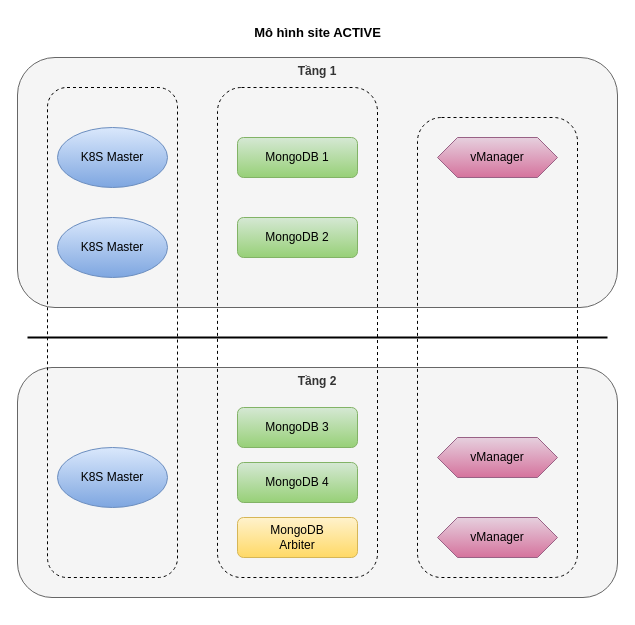
This is page "Trang-1" (1 of 4) of trien khai mano ocs 100M.drawio from hiep1097/drawio, a draw.io file, before an edit. Source tidied: cells renumbered, new cells numbered last; positions are measured from the earlier drawing's top-left corner, leaving out a move shared by most shapes. Both pictures are drawn from the tidied source at 100%, with x=0, y=0 at pixel (17, 17).
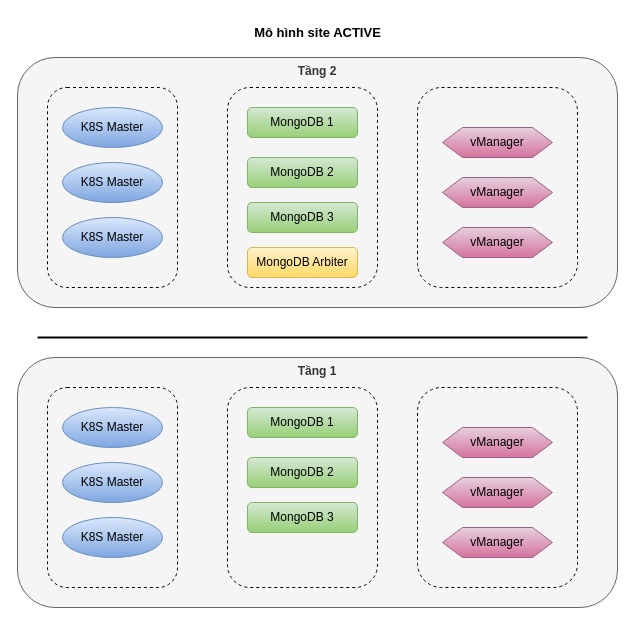
The same diagram, later.

Change to the diagram source:
```diff
@@
-    <mxCell id="2" value="Tầng 2" style="rounded=1;whiteSpace=wrap;html=1;verticalAlign=top;fontStyle=1;fillColor=#f5f5f5;fontColor=#333333;strokeColor=#666666;" parent="1" vertex="1">
-      <mxGeometry y="350" width="600" height="230" as="geometry" />
-    </mxCell>
-    <mxCell id="3" value="Tầng 1" style="rounded=1;whiteSpace=wrap;html=1;verticalAlign=top;fontStyle=1;fillColor=#f5f5f5;fontColor=#333333;strokeColor=#666666;" parent="1" vertex="1">
+    <mxCell id="3" value="Tầng 2" style="rounded=1;whiteSpace=wrap;html=1;verticalAlign=top;fontStyle=1;fillColor=#f5f5f5;fontColor=#333333;strokeColor=#666666;" parent="1" vertex="1">
       <mxGeometry y="40" width="600" height="250" as="geometry" />
     </mxCell>
     <mxCell id="4" style="rounded=1;whiteSpace=wrap;html=1;fontColor=default;labelBackgroundColor=none;fillColor=none;dashed=1;" parent="1" vertex="1">
-      <mxGeometry x="30" y="70" width="130" height="490" as="geometry" />
+      <mxGeometry x="30" y="70" width="130" height="200" as="geometry" />
     </mxCell>
     <mxCell id="5" style="rounded=1;whiteSpace=wrap;html=1;fontColor=default;labelBackgroundColor=none;fillColor=none;dashed=1;" parent="1" vertex="1">
-      <mxGeometry x="400" y="100" width="160" height="460" as="geometry" />
+      <mxGeometry x="400" y="70" width="160" height="200" as="geometry" />
     </mxCell>
     <mxCell id="6" style="rounded=1;whiteSpace=wrap;html=1;fontColor=default;labelBackgroundColor=none;fillColor=none;dashed=1;" parent="1" vertex="1">
-      <mxGeometry x="200" y="70" width="160" height="490" as="geometry" />
+      <mxGeometry x="210" y="70" width="150" height="200" as="geometry" />
     </mxCell>
-    <mxCell id="7" style="endArrow=none;html=1;strokeWidth=2;rounded=0;" parent="1" edge="1">
-      <mxGeometry relative="1" as="geometry">
-        <mxPoint x="10" y="320" as="sourcePoint" />
-        <mxPoint x="590" y="320" as="targetPoint" />
-      </mxGeometry>
-    </mxCell>
     <mxCell id="8" value="K8S Master" style="ellipse;whiteSpace=wrap;html=1;fillColor=#dae8fc;strokeColor=#6c8ebf;gradientColor=#7ea6e0;" parent="1" vertex="1">
-      <mxGeometry x="40" y="110" width="110" height="60" as="geometry" />
+      <mxGeometry x="45" y="90" width="100" height="40" as="geometry" />
     </mxCell>
-    <mxCell id="9" value="K8S Master" style="ellipse;whiteSpace=wrap;html=1;fillColor=#dae8fc;strokeColor=#6c8ebf;gradientColor=#7ea6e0;" parent="1" vertex="1">
-      <mxGeometry x="40" y="200" width="110" height="60" as="geometry" />
-    </mxCell>
-    <mxCell id="10" value="K8S Master" style="ellipse;whiteSpace=wrap;html=1;fillColor=#dae8fc;strokeColor=#6c8ebf;gradientColor=#7ea6e0;" parent="1" vertex="1">
-      <mxGeometry x="40" y="430" width="110" height="60" as="geometry" />
-    </mxCell>
-    <mxCell id="11" value="MongoDB&lt;span style=&quot;background-color: initial;&quot;&gt;&amp;nbsp;3&lt;/span&gt;" style="rounded=1;whiteSpace=wrap;html=1;fillColor=#d5e8d4;strokeColor=#82b366;gradientColor=#97d077;" parent="1" vertex="1">
-      <mxGeometry x="220" y="390" width="120" height="40" as="geometry" />
-    </mxCell>
-    <mxCell id="12" value="MongoDB&lt;span style=&quot;background-color: initial;&quot;&gt;&amp;nbsp;4&lt;/span&gt;" style="rounded=1;whiteSpace=wrap;html=1;fillColor=#d5e8d4;strokeColor=#82b366;gradientColor=#97d077;" parent="1" vertex="1">
-      <mxGeometry x="220" y="445" width="120" height="40" as="geometry" />
-    </mxCell>
     <mxCell id="13" value="MongoDB&lt;span style=&quot;background-color: initial;&quot;&gt;&amp;nbsp;1&lt;/span&gt;" style="rounded=1;whiteSpace=wrap;html=1;fillColor=#d5e8d4;strokeColor=#82b366;gradientColor=#97d077;" parent="1" vertex="1">
-      <mxGeometry x="220" y="120" width="120" height="40" as="geometry" />
+      <mxGeometry x="230" y="90" width="110" height="30" as="geometry" />
     </mxCell>
-    <mxCell id="14" value="MongoDB&lt;span style=&quot;background-color: initial;&quot;&gt;&amp;nbsp;2&lt;/span&gt;" style="rounded=1;whiteSpace=wrap;html=1;fillColor=#d5e8d4;strokeColor=#82b366;gradientColor=#97d077;" parent="1" vertex="1">
-      <mxGeometry x="220" y="200" width="120" height="40" as="geometry" />
-    </mxCell>
+    <mxCell id="16" value="vManager" style="shape=hexagon;perimeter=hexagonPerimeter2;whiteSpace=wrap;html=1;fixedSize=1;fillColor=#e6d0de;strokeColor=#996185;gradientColor=#d5739d;" parent="1" vertex="1">
+      <mxGeometry x="425" y="110" width="110" height="30" as="geometry" />
+    </mxCell>
+    <mxCell id="19" value="Mô hình site ACTIVE" style="text;html=1;align=center;verticalAlign=middle;strokeColor=none;fillColor=none;fontFamily=Helvetica;fontSize=13;fontColor=default;labelBackgroundColor=default;fontStyle=1;" parent="1" vertex="1">
+      <mxGeometry x="230" width="140" height="30" as="geometry" />
+    </mxCell>
+    <mxCell id="20" value="K8S Master" style="ellipse;whiteSpace=wrap;html=1;fillColor=#dae8fc;strokeColor=#6c8ebf;gradientColor=#7ea6e0;" parent="1" vertex="1">
+      <mxGeometry x="45" y="145" width="100" height="40" as="geometry" />
+    </mxCell>
+    <mxCell id="21" value="K8S Master" style="ellipse;whiteSpace=wrap;html=1;fillColor=#dae8fc;strokeColor=#6c8ebf;gradientColor=#7ea6e0;" parent="1" vertex="1">
+      <mxGeometry x="45" y="200" width="100" height="40" as="geometry" />
+    </mxCell>
+    <mxCell id="22" value="MongoDB&lt;span style=&quot;background-color: initial;&quot;&gt;&amp;nbsp;2&lt;/span&gt;" style="rounded=1;whiteSpace=wrap;html=1;fillColor=#d5e8d4;strokeColor=#82b366;gradientColor=#97d077;" parent="1" vertex="1">
+      <mxGeometry x="230" y="140" width="110" height="30" as="geometry" />
+    </mxCell>
+    <mxCell id="23" value="MongoDB&lt;span style=&quot;background-color: initial;&quot;&gt;&amp;nbsp;3&lt;/span&gt;" style="rounded=1;whiteSpace=wrap;html=1;fillColor=#d5e8d4;strokeColor=#82b366;gradientColor=#97d077;" parent="1" vertex="1">
+      <mxGeometry x="230" y="185" width="110" height="30" as="geometry" />
+    </mxCell>
-    <mxCell id="15" value="MongoDB&lt;div&gt;Arbiter&lt;/div&gt;" style="rounded=1;whiteSpace=wrap;html=1;fillColor=#fff2cc;strokeColor=#d6b656;gradientColor=#ffd966;" parent="1" vertex="1">
-      <mxGeometry x="220" y="500" width="120" height="40" as="geometry" />
+    <mxCell id="15" value="MongoDB Arbiter" style="rounded=1;whiteSpace=wrap;html=1;fillColor=#fff2cc;strokeColor=#d6b656;gradientColor=#ffd966;" parent="1" vertex="1">
+      <mxGeometry x="230" y="230" width="110" height="30" as="geometry" />
     </mxCell>
-    <mxCell id="16" value="vManager" style="shape=hexagon;perimeter=hexagonPerimeter2;whiteSpace=wrap;html=1;fixedSize=1;fillColor=#e6d0de;strokeColor=#996185;gradientColor=#d5739d;" parent="1" vertex="1">
-      <mxGeometry x="420" y="120" width="120" height="40" as="geometry" />
-    </mxCell>
-    <mxCell id="17" value="vManager" style="shape=hexagon;perimeter=hexagonPerimeter2;whiteSpace=wrap;html=1;fixedSize=1;fillColor=#e6d0de;strokeColor=#996185;gradientColor=#d5739d;" parent="1" vertex="1">
-      <mxGeometry x="420" y="420" width="120" height="40" as="geometry" />
-    </mxCell>
-    <mxCell id="18" value="vManager" style="shape=hexagon;perimeter=hexagonPerimeter2;whiteSpace=wrap;html=1;fixedSize=1;fillColor=#e6d0de;strokeColor=#996185;gradientColor=#d5739d;" parent="1" vertex="1">
-      <mxGeometry x="420" y="500" width="120" height="40" as="geometry" />
-    </mxCell>
-    <mxCell id="19" value="Mô hình site ACTIVE" style="text;html=1;align=center;verticalAlign=middle;strokeColor=none;fillColor=none;fontFamily=Helvetica;fontSize=13;fontColor=default;labelBackgroundColor=default;fontStyle=1;" parent="1" vertex="1">
-      <mxGeometry x="230" width="140" height="30" as="geometry" />
-    </mxCell>
+    <mxCell id="24" style="edgeStyle=none;rounded=0;orthogonalLoop=1;jettySize=auto;html=1;exitX=0.5;exitY=1;exitDx=0;exitDy=0;dashed=1;dashPattern=1 3;strokeColor=default;strokeWidth=2;align=center;verticalAlign=middle;fontFamily=Helvetica;fontSize=11;fontColor=default;labelBackgroundColor=default;endArrow=none;" parent="1" edge="1" source="22" target="22">
+      <mxGeometry relative="1" as="geometry" />
+    </mxCell>
+    <mxCell id="25" value="vManager" style="shape=hexagon;perimeter=hexagonPerimeter2;whiteSpace=wrap;html=1;fixedSize=1;fillColor=#e6d0de;strokeColor=#996185;gradientColor=#d5739d;" parent="1" vertex="1">
+      <mxGeometry x="425" y="160" width="110" height="30" as="geometry" />
+    </mxCell>
+    <mxCell id="26" value="vManager" style="shape=hexagon;perimeter=hexagonPerimeter2;whiteSpace=wrap;html=1;fixedSize=1;fillColor=#e6d0de;strokeColor=#996185;gradientColor=#d5739d;" parent="1" vertex="1">
+      <mxGeometry x="425" y="210" width="110" height="30" as="geometry" />
+    </mxCell>
+    <mxCell id="27" value="Tầng 1" style="rounded=1;whiteSpace=wrap;html=1;verticalAlign=top;fontStyle=1;fillColor=#f5f5f5;fontColor=#333333;strokeColor=#666666;" parent="1" vertex="1">
+      <mxGeometry y="340" width="600" height="250" as="geometry" />
+    </mxCell>
+    <mxCell id="28" style="rounded=1;whiteSpace=wrap;html=1;fontColor=default;labelBackgroundColor=none;fillColor=none;dashed=1;" parent="1" vertex="1">
+      <mxGeometry x="30" y="370" width="130" height="200" as="geometry" />
+    </mxCell>
+    <mxCell id="29" style="rounded=1;whiteSpace=wrap;html=1;fontColor=default;labelBackgroundColor=none;fillColor=none;dashed=1;" parent="1" vertex="1">
+      <mxGeometry x="400" y="370" width="160" height="200" as="geometry" />
+    </mxCell>
+    <mxCell id="30" style="rounded=1;whiteSpace=wrap;html=1;fontColor=default;labelBackgroundColor=none;fillColor=none;dashed=1;" parent="1" vertex="1">
+      <mxGeometry x="210" y="370" width="150" height="200" as="geometry" />
+    </mxCell>
+    <mxCell id="31" value="K8S Master" style="ellipse;whiteSpace=wrap;html=1;fillColor=#dae8fc;strokeColor=#6c8ebf;gradientColor=#7ea6e0;" parent="1" vertex="1">
+      <mxGeometry x="45" y="390" width="100" height="40" as="geometry" />
+    </mxCell>
+    <mxCell id="32" value="MongoDB&lt;span style=&quot;background-color: initial;&quot;&gt;&amp;nbsp;1&lt;/span&gt;" style="rounded=1;whiteSpace=wrap;html=1;fillColor=#d5e8d4;strokeColor=#82b366;gradientColor=#97d077;" parent="1" vertex="1">
+      <mxGeometry x="230" y="390" width="110" height="30" as="geometry" />
+    </mxCell>
+    <mxCell id="33" value="vManager" style="shape=hexagon;perimeter=hexagonPerimeter2;whiteSpace=wrap;html=1;fixedSize=1;fillColor=#e6d0de;strokeColor=#996185;gradientColor=#d5739d;" parent="1" vertex="1">
+      <mxGeometry x="425" y="410" width="110" height="30" as="geometry" />
+    </mxCell>
+    <mxCell id="34" value="K8S Master" style="ellipse;whiteSpace=wrap;html=1;fillColor=#dae8fc;strokeColor=#6c8ebf;gradientColor=#7ea6e0;" parent="1" vertex="1">
+      <mxGeometry x="45" y="445" width="100" height="40" as="geometry" />
+    </mxCell>
+    <mxCell id="35" value="K8S Master" style="ellipse;whiteSpace=wrap;html=1;fillColor=#dae8fc;strokeColor=#6c8ebf;gradientColor=#7ea6e0;" parent="1" vertex="1">
+      <mxGeometry x="45" y="500" width="100" height="40" as="geometry" />
+    </mxCell>
+    <mxCell id="36" value="MongoDB&lt;span style=&quot;background-color: initial;&quot;&gt;&amp;nbsp;2&lt;/span&gt;" style="rounded=1;whiteSpace=wrap;html=1;fillColor=#d5e8d4;strokeColor=#82b366;gradientColor=#97d077;" parent="1" vertex="1">
+      <mxGeometry x="230" y="440" width="110" height="30" as="geometry" />
+    </mxCell>
+    <mxCell id="37" value="MongoDB&lt;span style=&quot;background-color: initial;&quot;&gt;&amp;nbsp;3&lt;/span&gt;" style="rounded=1;whiteSpace=wrap;html=1;fillColor=#d5e8d4;strokeColor=#82b366;gradientColor=#97d077;" parent="1" vertex="1">
+      <mxGeometry x="230" y="485" width="110" height="30" as="geometry" />
+    </mxCell>
+    <mxCell id="38" style="edgeStyle=none;rounded=0;orthogonalLoop=1;jettySize=auto;html=1;exitX=0.5;exitY=1;exitDx=0;exitDy=0;dashed=1;dashPattern=1 3;strokeColor=default;strokeWidth=2;align=center;verticalAlign=middle;fontFamily=Helvetica;fontSize=11;fontColor=default;labelBackgroundColor=default;endArrow=none;" parent="1" edge="1" source="36" target="36">
+      <mxGeometry relative="1" as="geometry" />
+    </mxCell>
+    <mxCell id="39" value="vManager" style="shape=hexagon;perimeter=hexagonPerimeter2;whiteSpace=wrap;html=1;fixedSize=1;fillColor=#e6d0de;strokeColor=#996185;gradientColor=#d5739d;" parent="1" vertex="1">
+      <mxGeometry x="425" y="460" width="110" height="30" as="geometry" />
+    </mxCell>
+    <mxCell id="40" value="vManager" style="shape=hexagon;perimeter=hexagonPerimeter2;whiteSpace=wrap;html=1;fixedSize=1;fillColor=#e6d0de;strokeColor=#996185;gradientColor=#d5739d;" parent="1" vertex="1">
+      <mxGeometry x="425" y="510" width="110" height="30" as="geometry" />
+    </mxCell>
+    <mxCell id="41" style="endArrow=none;html=1;strokeWidth=2;rounded=0;" parent="1" edge="1">
+      <mxGeometry relative="1" as="geometry">
+        <mxPoint x="20" y="320" as="sourcePoint" />
+        <mxPoint x="570" y="320" as="targetPoint" />
+      </mxGeometry>
+    </mxCell>
```
